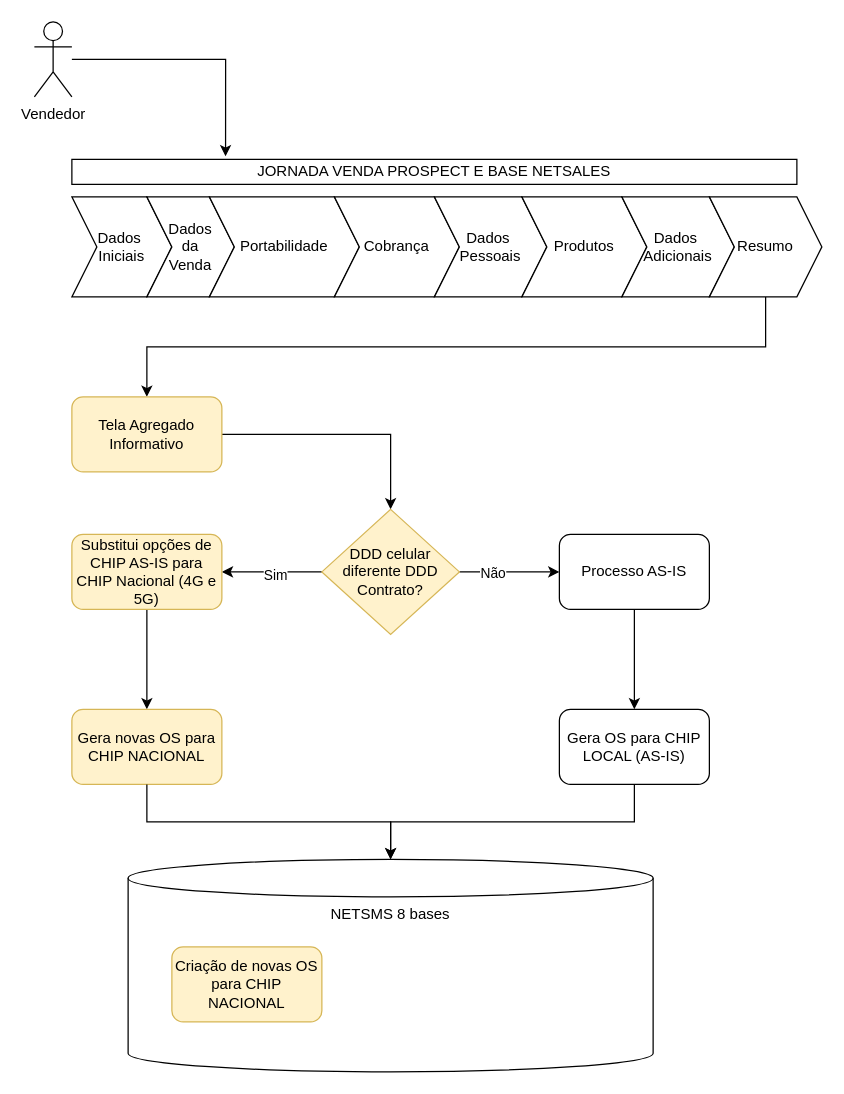
Above: Venda CM com chip de DDD diferente do contrato.drawio in samirali/ClaroBrasil (draw.io), before the change. Source tidied: cells renumbered, new cells numbered last; positions are measured from the earlier drawing's top-left corner, leaving out a move shared by most shapes. Both pictures are drawn from the tidied source at 125%, with x=0, y=0 at pixel (34, 21).
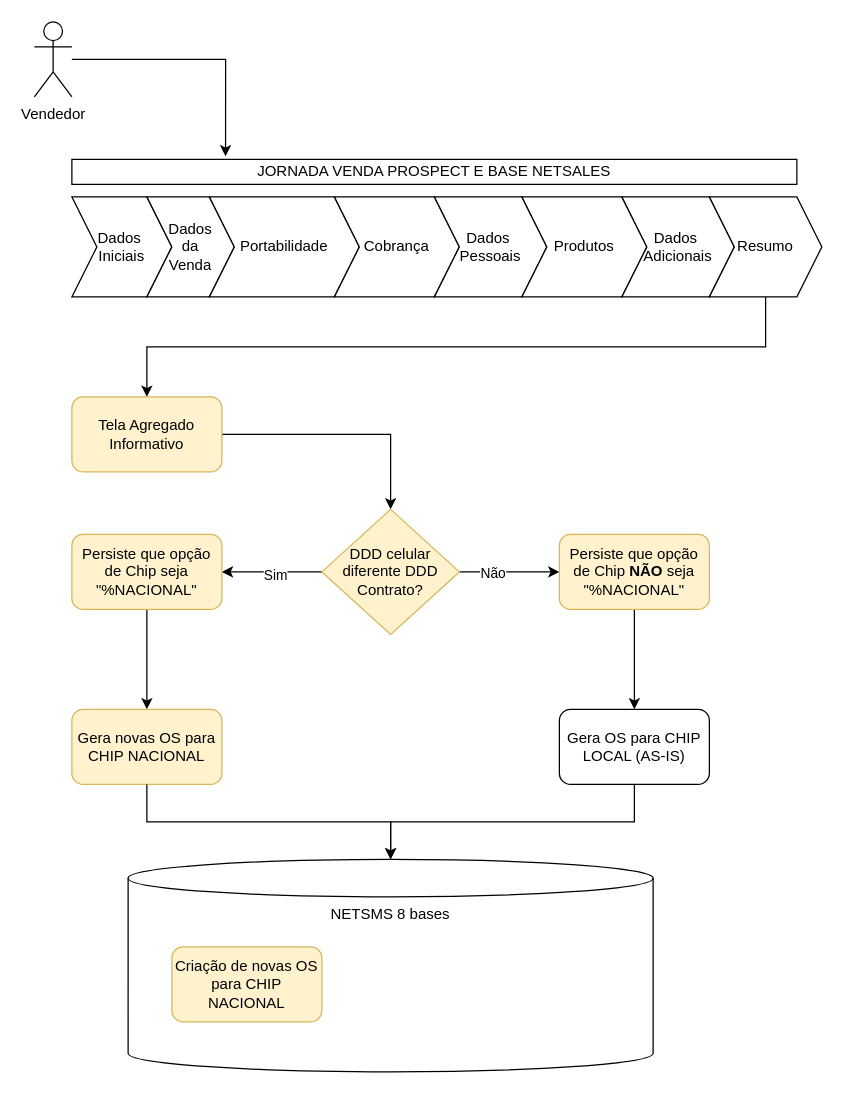
The same diagram, later.

Change to the diagram source:
```diff
@@
-    <mxCell id="19" value="Processo AS-IS" style="rounded=1;whiteSpace=wrap;html=1;" parent="1" vertex="1">
+    <mxCell id="19" value="Persiste que opção de Chip &lt;b&gt;NÃO &lt;/b&gt;seja &quot;%NACIONAL&quot;" style="rounded=1;whiteSpace=wrap;html=1;fillColor=#fff2cc;strokeColor=#d6b656;" parent="1" vertex="1">
       <mxGeometry x="420" y="410" width="120" height="60" as="geometry" />
     </mxCell>
@@
-    <mxCell id="21" value="Substitui opções de CHIP AS-IS para CHIP Nacional (4G e 5G)" style="rounded=1;whiteSpace=wrap;html=1;fillColor=#fff2cc;strokeColor=#d6b656;" parent="1" vertex="1">
+    <mxCell id="21" value="Persiste que opção de Chip seja &quot;%NACIONAL&quot;" style="rounded=1;whiteSpace=wrap;html=1;fillColor=#fff2cc;strokeColor=#d6b656;" parent="1" vertex="1">
       <mxGeometry x="30" y="410" width="120" height="60" as="geometry" />
     </mxCell>
```
